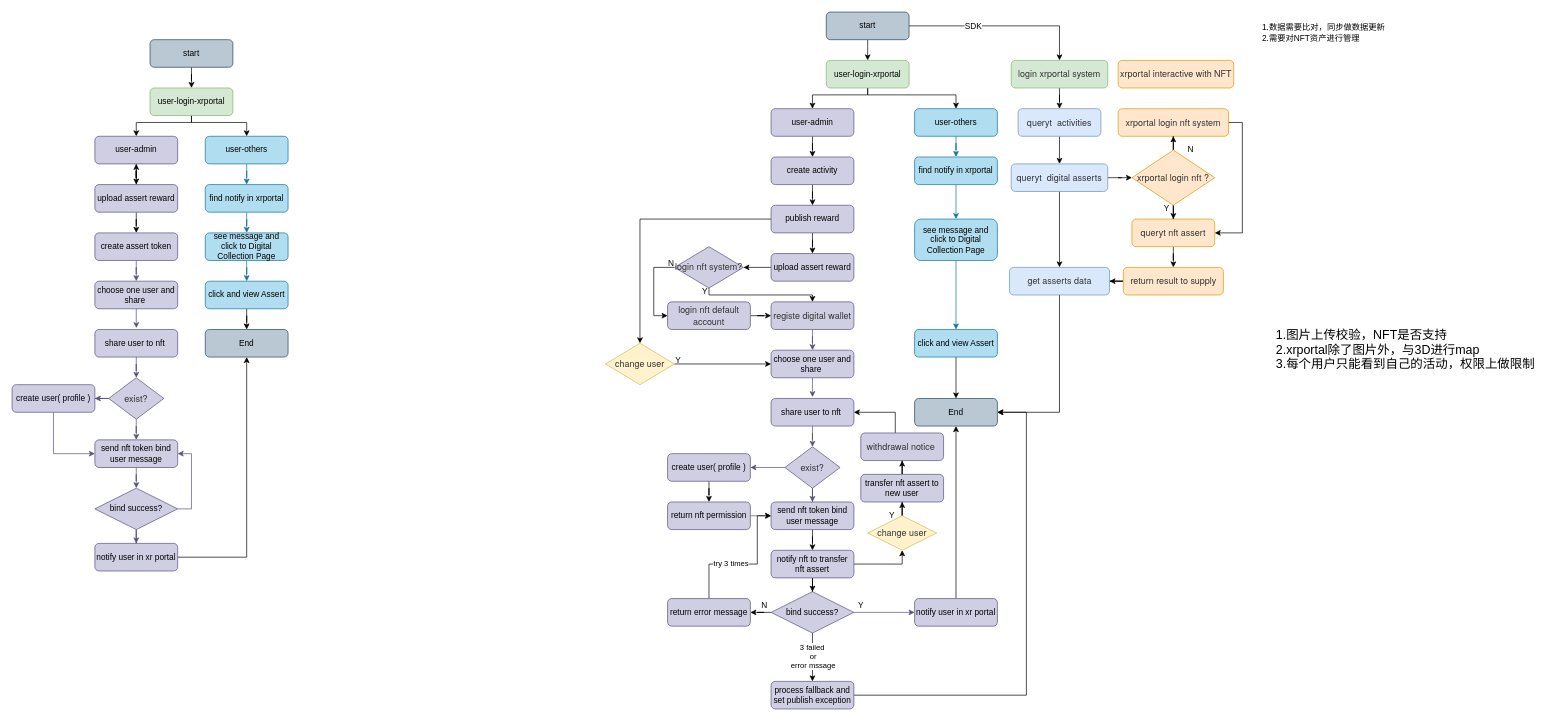
ssider/draw keeps this draw.io diagram as page "nft process" (1 of 12) of bba_architecture.drawio. Above is the earlier version. Source tidied: cells renumbered, new cells numbered last; positions are measured from the earlier drawing's top-left corner, leaving out a move shared by most shapes. Both pictures are drawn from the tidied source at 69%, with x=0, y=0 at pixel (12, 12).
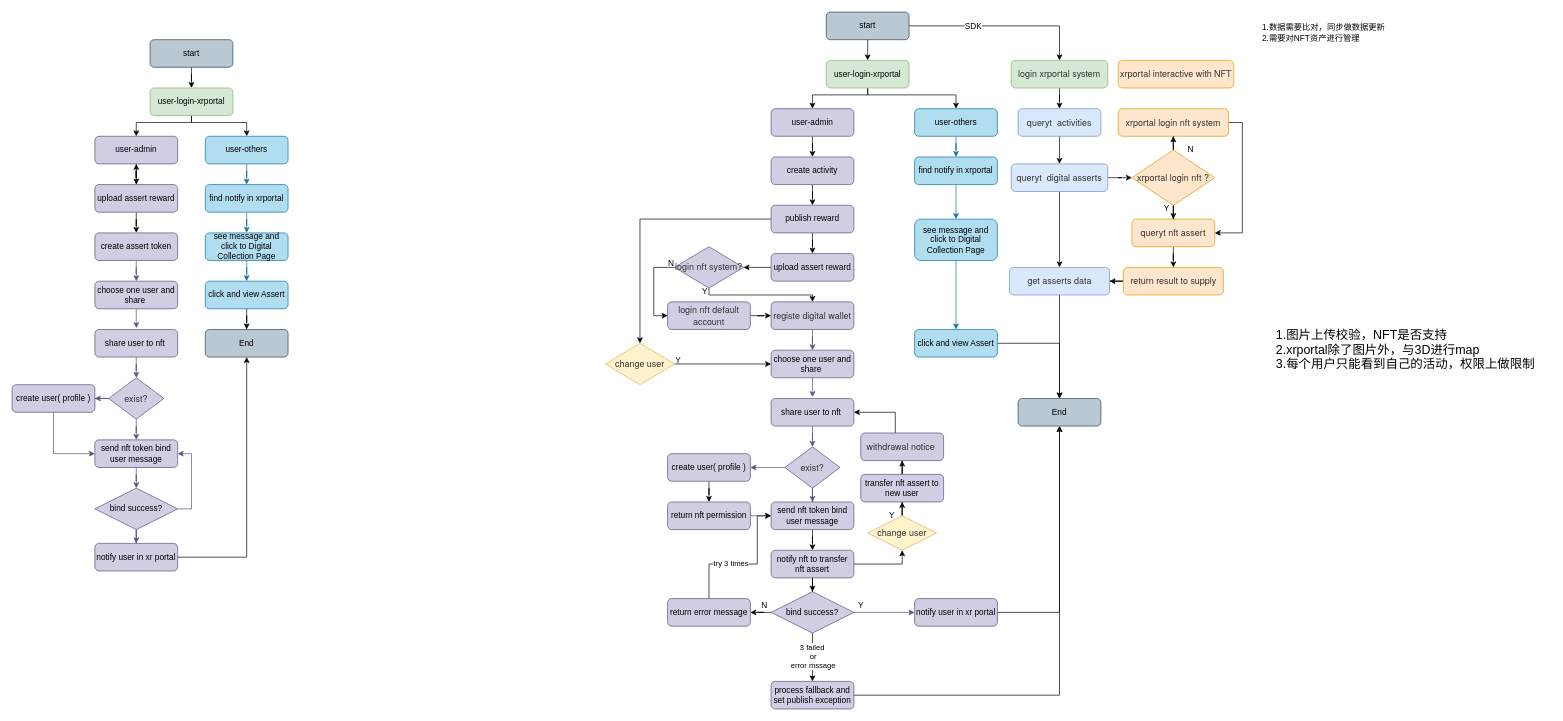
After the change.

The change refers to these unchanged cells:
```xml
<mxCell id="104" value="process fallback and set publish exception" style="rounded=1;whiteSpace=wrap;html=1;fillColor=#d0cee2;strokeColor=#56517e;" parent="1" vertex="1">
  <mxGeometry x="1100" y="970" width="120" height="40" as="geometry" />
</mxCell>
<mxCell id="123" value="&lt;div style=&quot;text-align: left;&quot;&gt;&lt;font face=&quot;Helvetica Neue, Helvetica, Arial, Hiragino Sans GB, Hiragino Sans GB W3, Microsoft YaHei UI, Microsoft YaHei, sans-serif&quot; color=&quot;#333333&quot;&gt;&lt;span style=&quot;font-size: 13px;&quot;&gt;get asserts data&lt;/span&gt;&lt;/font&gt;&lt;/div&gt;" style="rounded=1;whiteSpace=wrap;html=1;fillColor=#dae8fc;strokeColor=#6c8ebf;" parent="1" vertex="1">
  <mxGeometry x="1445.5" y="370" width="145" height="40" as="geometry" />
</mxCell>
```

The edit, as a diff of the source:
```diff
@@
     <mxCell id="82" value="End" style="rounded=1;whiteSpace=wrap;html=1;fillColor=#bac8d3;strokeColor=#23445d;" parent="1" vertex="1">
-      <mxGeometry x="1308" y="560" width="120" height="40" as="geometry" />
+      <mxGeometry x="1458" y="560" width="120" height="40" as="geometry" />
     </mxCell>
@@
-    <mxCell id="103" style="edgeStyle=orthogonalEdgeStyle;rounded=0;jettySize=auto;html=1;entryX=1;entryY=0.5;entryDx=0;entryDy=0;" parent="1" edge="1" source="104" target="82">
+    <mxCell id="103" style="edgeStyle=orthogonalEdgeStyle;rounded=0;jettySize=auto;html=1;entryX=0.5;entryY=1;entryDx=0;entryDy=0;" parent="1" edge="1" source="104" target="82">
       <mxGeometry relative="1" as="geometry">
         <Array as="points">
-          <mxPoint x="1470" y="990" />
-          <mxPoint x="1470" y="580" />
+          <mxPoint x="1518" y="990" />
         </Array>
       </mxGeometry>
     </mxCell>
@@
-    <mxCell id="122" style="edgeStyle=orthogonalEdgeStyle;rounded=0;jettySize=auto;html=1;entryX=1;entryY=0.5;entryDx=0;entryDy=0;fontSize=12;" parent="1" edge="1" source="123" target="82">
-      <mxGeometry relative="1" as="geometry">
-        <Array as="points">
-          <mxPoint x="1518" y="580" />
-        </Array>
-      </mxGeometry>
+    <mxCell id="122" style="edgeStyle=orthogonalEdgeStyle;rounded=0;jettySize=auto;html=1;entryX=0.5;entryY=0;entryDx=0;entryDy=0;fontSize=12;" parent="1" edge="1" source="123" target="82">
+      <mxGeometry relative="1" as="geometry" />
     </mxCell>
```
